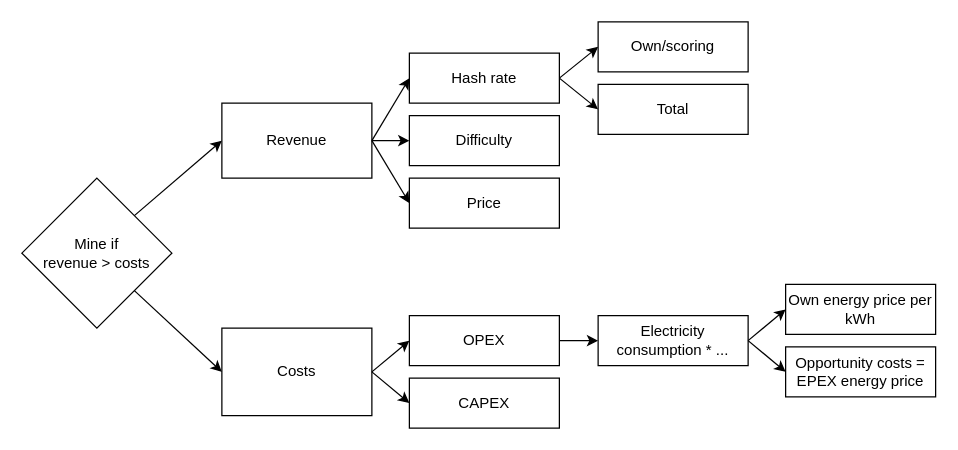
juan22xT/TEA keeps this draw.io diagram as Nuevodiagrama.drawio. Above is the earlier version. Source tidied: cells renumbered, new cells numbered last; positions are measured from the earlier drawing's top-left corner, leaving out a move shared by most shapes. Both pictures are drawn from the tidied source at 125%, with x=0, y=0 at pixel (21, 21).
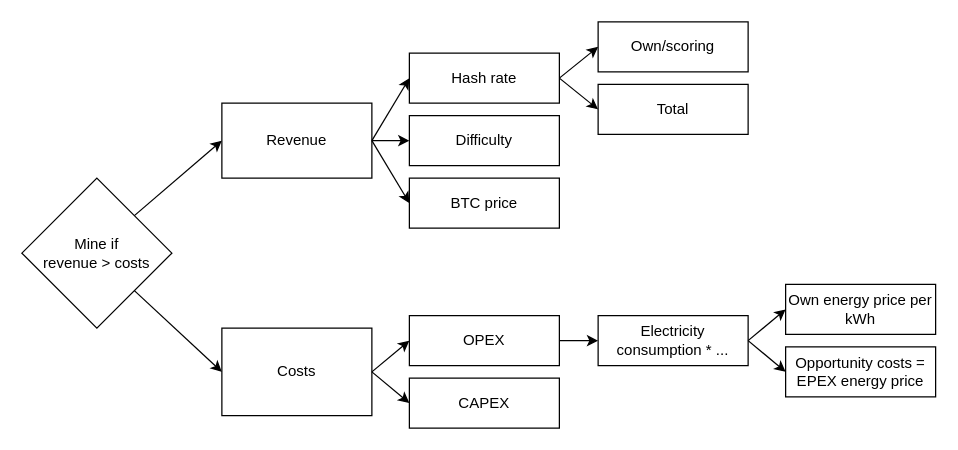
The same page after the edit.

What changed in the source:
```diff
@@
-    <mxCell id="9" value="Price" style="rounded=0;whiteSpace=wrap;html=1;" parent="1" vertex="1">
+    <mxCell id="9" value="BTC price" style="rounded=0;whiteSpace=wrap;html=1;" parent="1" vertex="1">
       <mxGeometry x="310" y="125" width="120" height="40" as="geometry" />
     </mxCell>
```
